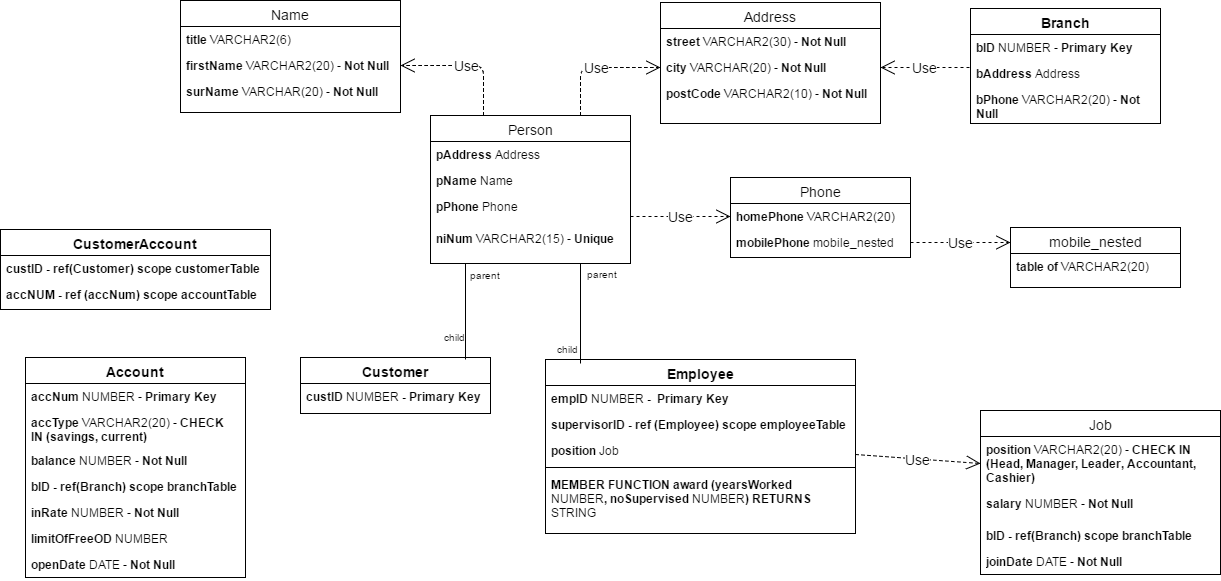
Above: Coursework/UML Diagram.png in tomkopx/Advanced-databases (draw.io), before the change. Source tidied: cells renumbered, new cells last; positions are measured from the earlier drawing's top-left corner, leaving out a move shared by most shapes.
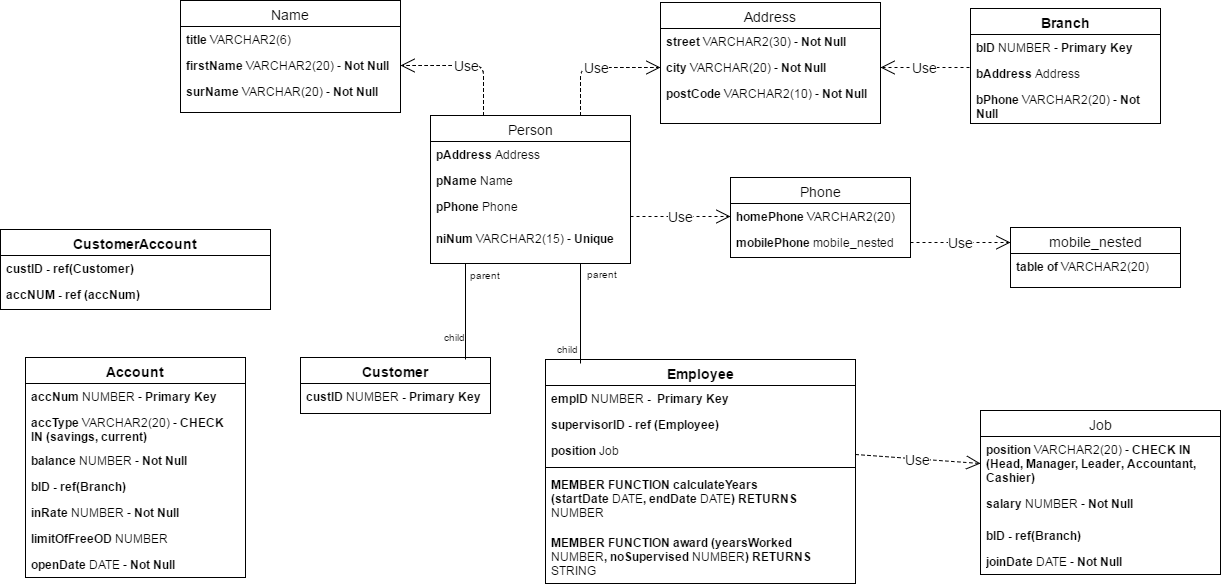
After the commit.

Diff of the diagram source:
```diff
@@ -53,7 +53,7 @@
     <mxCell id="18" value="&lt;b&gt;salary&lt;/b&gt; NUMBER - &lt;b&gt;Not Null&lt;/b&gt;" style="text;html=1;strokeColor=none;fillColor=none;align=left;verticalAlign=top;spacingLeft=4;spacingRight=4;whiteSpace=wrap;overflow=hidden;" parent="16" vertex="1">
       <mxGeometry y="80" width="240" height="32" as="geometry" />
     </mxCell>
-    <mxCell id="19" value="&lt;b&gt;bID&lt;/b&gt; &lt;b&gt;- ref(Branch) scope branchTable&lt;/b&gt;" style="text;html=1;strokeColor=none;fillColor=none;align=left;verticalAlign=top;spacingLeft=4;spacingRight=4;whiteSpace=wrap;overflow=hidden;" parent="16" vertex="1">
+    <mxCell id="19" value="&lt;b&gt;bID&lt;/b&gt; &lt;b&gt;- ref(Branch)&lt;/b&gt;" style="text;html=1;strokeColor=none;fillColor=none;align=left;verticalAlign=top;spacingLeft=4;spacingRight=4;whiteSpace=wrap;overflow=hidden;" parent="16" vertex="1">
       <mxGeometry y="112" width="240" height="26" as="geometry" />
     </mxCell>
     <mxCell id="20" value="&lt;b&gt;joinDate &lt;/b&gt;DATE - &lt;b&gt;Not Null&lt;/b&gt;" style="text;html=1;strokeColor=none;fillColor=none;align=left;verticalAlign=top;spacingLeft=4;spacingRight=4;whiteSpace=wrap;overflow=hidden;" parent="16" vertex="1">
@@ -96,12 +96,12 @@
       </mxGeometry>
     </mxCell>
     <mxCell id="31" value="&lt;b&gt;Employee&lt;/b&gt;" style="swimlane;html=1;fontStyle=0;horizontal=1;startSize=26;fillColor=none;swimlaneFillColor=#ffffff;fontSize=14;" parent="1" vertex="1">
-      <mxGeometry x="545" y="359" width="310" height="174" as="geometry" />
+      <mxGeometry x="545" y="359" width="310" height="224" as="geometry" />
     </mxCell>
     <mxCell id="32" value="&lt;b&gt;empID &lt;/b&gt;NUMBER&lt;b&gt; - &amp;nbsp;Primary Key&lt;/b&gt;" style="text;html=1;strokeColor=none;fillColor=none;align=left;verticalAlign=top;spacingLeft=4;spacingRight=4;whiteSpace=wrap;overflow=hidden;" parent="31" vertex="1">
       <mxGeometry y="26" width="310" height="26" as="geometry" />
     </mxCell>
-    <mxCell id="33" value="&lt;b&gt;supervisorID - ref (Employee) scope employeeTable&lt;/b&gt;" style="text;html=1;strokeColor=none;fillColor=none;align=left;verticalAlign=top;spacingLeft=4;spacingRight=4;whiteSpace=wrap;overflow=hidden;" parent="31" vertex="1">
+    <mxCell id="33" value="&lt;b&gt;supervisorID - ref (Employee)&amp;nbsp;&lt;/b&gt;" style="text;html=1;strokeColor=none;fillColor=none;align=left;verticalAlign=top;spacingLeft=4;spacingRight=4;whiteSpace=wrap;overflow=hidden;" parent="31" vertex="1">
       <mxGeometry y="52" width="310" height="26" as="geometry" />
     </mxCell>
     <mxCell id="34" value="&lt;b&gt;position &lt;/b&gt;Job&amp;nbsp;" style="text;html=1;strokeColor=none;fillColor=none;align=left;verticalAlign=top;spacingLeft=4;spacingRight=4;whiteSpace=wrap;overflow=hidden;" parent="31" vertex="1">
@@ -110,8 +110,11 @@
     <mxCell id="35" style="line;html=1;strokeWidth=1;fillColor=none;align=left;verticalAlign=middle;spacingTop=-1;spacingLeft=3;spacingRight=3;labelPosition=right;" parent="31" vertex="1">
       <mxGeometry y="104" width="310" height="8" as="geometry" />
     </mxCell>
+    <mxCell id="60" value="&lt;b&gt;MEMBER FUNCTION calculateYears (startDate&amp;nbsp;&lt;/b&gt;DATE&lt;b&gt;, endDate&amp;nbsp;&lt;/b&gt;DATE&lt;b&gt;) RETURNS &lt;/b&gt;NUMBER" style="text;html=1;strokeColor=none;fillColor=none;align=left;verticalAlign=top;spacingLeft=4;spacingRight=4;whiteSpace=wrap;overflow=hidden;" parent="31" vertex="1">
+      <mxGeometry y="112" width="310" height="58" as="geometry" />
+    </mxCell>
     <mxCell id="36" value="&lt;b&gt;MEMBER FUNCTION award (yearsWorked &lt;/b&gt;NUMBER&lt;b&gt;, noSupervised &lt;/b&gt;NUMBER&lt;b&gt;) RETURNS &lt;/b&gt;STRING" style="text;html=1;strokeColor=none;fillColor=none;align=left;verticalAlign=top;spacingLeft=4;spacingRight=4;whiteSpace=wrap;overflow=hidden;" parent="31" vertex="1">
-      <mxGeometry y="112" width="310" height="48" as="geometry" />
+      <mxGeometry y="170" width="310" height="50" as="geometry" />
     </mxCell>
     <mxCell id="37" style="endArrow=none;html=1;fontSize=14;exitX=0.75;exitY=1;" parent="1" edge="1" source="21">
       <mxGeometry x="760" y="271" as="geometry">
@@ -143,10 +146,10 @@
     <mxCell id="44" value="&lt;b&gt;CustomerAccount&lt;/b&gt;" style="swimlane;html=1;fontStyle=0;horizontal=1;startSize=26;fillColor=none;swimlaneFillColor=#ffffff;fontSize=14;" parent="1" vertex="1">
       <mxGeometry y="229" width="270" height="80" as="geometry" />
     </mxCell>
-    <mxCell id="45" value="&lt;b&gt;custID - ref(Customer) scope customerTable&lt;/b&gt;" style="text;html=1;strokeColor=none;fillColor=none;align=left;verticalAlign=top;spacingLeft=4;spacingRight=4;whiteSpace=wrap;overflow=hidden;" parent="44" vertex="1">
+    <mxCell id="45" value="&lt;b&gt;custID - ref(Customer)&amp;nbsp;&lt;/b&gt;" style="text;html=1;strokeColor=none;fillColor=none;align=left;verticalAlign=top;spacingLeft=4;spacingRight=4;whiteSpace=wrap;overflow=hidden;" parent="44" vertex="1">
       <mxGeometry y="26" width="270" height="26" as="geometry" />
     </mxCell>
-    <mxCell id="46" value="&lt;b&gt;accNUM - ref (accNum) scope accountTable&lt;/b&gt;" style="text;html=1;strokeColor=none;fillColor=none;align=left;verticalAlign=top;spacingLeft=4;spacingRight=4;whiteSpace=wrap;overflow=hidden;" parent="44" vertex="1">
+    <mxCell id="46" value="&lt;b&gt;accNUM - ref (accNum)&amp;nbsp;&lt;/b&gt;" style="text;html=1;strokeColor=none;fillColor=none;align=left;verticalAlign=top;spacingLeft=4;spacingRight=4;whiteSpace=wrap;overflow=hidden;" parent="44" vertex="1">
       <mxGeometry y="52" width="270" height="26" as="geometry" />
     </mxCell>
     <mxCell id="47" value="&lt;b&gt;Account&lt;/b&gt;" style="swimlane;html=1;fontStyle=0;horizontal=1;startSize=26;fillColor=none;swimlaneFillColor=#ffffff;fontSize=14;" parent="1" vertex="1">
@@ -161,7 +164,7 @@
     <mxCell id="50" value="&lt;b&gt;balance &lt;/b&gt;NUMBER - &lt;b&gt;Not Null&lt;/b&gt;" style="text;html=1;strokeColor=none;fillColor=none;align=left;verticalAlign=top;spacingLeft=4;spacingRight=4;whiteSpace=wrap;overflow=hidden;" parent="47" vertex="1">
       <mxGeometry y="90" width="220" height="26" as="geometry" />
     </mxCell>
-    <mxCell id="51" value="&lt;b&gt;bID&lt;/b&gt; &lt;b&gt;- ref(Branch) scope branchTable&lt;/b&gt;" style="text;html=1;strokeColor=none;fillColor=none;align=left;verticalAlign=top;spacingLeft=4;spacingRight=4;whiteSpace=wrap;overflow=hidden;" parent="47" vertex="1">
+    <mxCell id="51" value="&lt;b&gt;bID&lt;/b&gt; &lt;b&gt;- ref(Branch)&amp;nbsp;&lt;/b&gt;" style="text;html=1;strokeColor=none;fillColor=none;align=left;verticalAlign=top;spacingLeft=4;spacingRight=4;whiteSpace=wrap;overflow=hidden;" parent="47" vertex="1">
       <mxGeometry y="116" width="220" height="26" as="geometry" />
     </mxCell>
     <mxCell id="52" value="&lt;b&gt;inRate&amp;nbsp;&lt;/b&gt;NUMBER - &lt;b&gt;Not Null&lt;/b&gt;" style="text;html=1;strokeColor=none;fillColor=none;align=left;verticalAlign=top;spacingLeft=4;spacingRight=4;whiteSpace=wrap;overflow=hidden;" parent="47" vertex="1">
```
